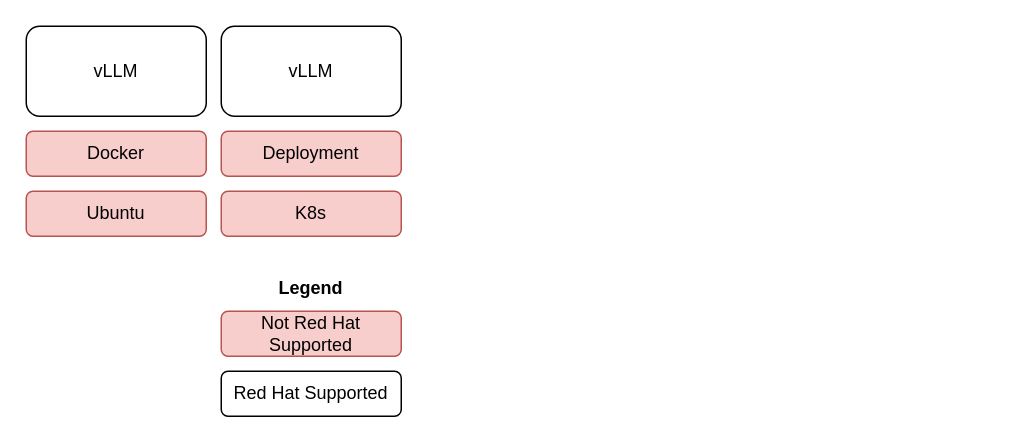
Before: page "Page-1" (1 of 2) of content/modules/ROOT/assets/images/rhaiis-use-case.drawio in redhat-ai-services/etx-serving-at-scale, a draw.io diagram. Source tidied: cells renumbered, new cells numbered last; positions are measured from the earlier drawing's top-left corner, leaving out a move shared by most shapes. Both pictures are drawn from the tidied source at 150%, with x=0, y=0 at pixel (26, 26).
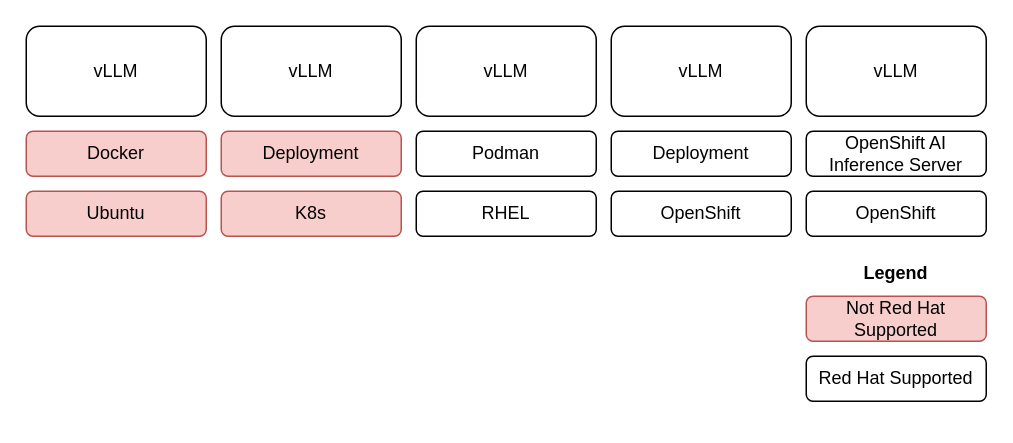
Above is the later version.

Diff of the diagram source:
```diff
@@
 <mxGraphModel>
   <root>
     <mxCell id="0" />
     <mxCell id="1" parent="0" />
     <mxCell id="2" value="Ubuntu" style="rounded=1;whiteSpace=wrap;html=1;fillColor=#f8cecc;strokeColor=#b85450;" parent="1" vertex="1">
       <mxGeometry y="110" width="120" height="30" as="geometry" />
     </mxCell>
     <mxCell id="3" value="Docker" style="rounded=1;whiteSpace=wrap;html=1;fillColor=#f8cecc;strokeColor=#b85450;" parent="1" vertex="1">
       <mxGeometry y="70" width="120" height="30" as="geometry" />
     </mxCell>
     <mxCell id="4" value="vLLM" style="rounded=1;whiteSpace=wrap;html=1;" parent="1" vertex="1">
       <mxGeometry width="120" height="60" as="geometry" />
     </mxCell>
     <mxCell id="5" value="K8s" style="rounded=1;whiteSpace=wrap;html=1;fillColor=#f8cecc;strokeColor=#b85450;" parent="1" vertex="1">
       <mxGeometry x="130" y="110" width="120" height="30" as="geometry" />
     </mxCell>
     <mxCell id="6" value="Deployment" style="rounded=1;whiteSpace=wrap;html=1;fillColor=#f8cecc;strokeColor=#b85450;" parent="1" vertex="1">
       <mxGeometry x="130" y="70" width="120" height="30" as="geometry" />
     </mxCell>
     <mxCell id="7" value="vLLM" style="rounded=1;whiteSpace=wrap;html=1;" parent="1" vertex="1">
       <mxGeometry x="130" width="120" height="60" as="geometry" />
     </mxCell>
     <mxCell id="8" value="Not Red Hat Supported" style="rounded=1;whiteSpace=wrap;html=1;fillColor=#f8cecc;strokeColor=#b85450;" parent="1" vertex="1">
-      <mxGeometry x="130" y="190" width="120" height="30" as="geometry" />
+      <mxGeometry x="520" y="180" width="120" height="30" as="geometry" />
     </mxCell>
     <mxCell id="9" value="Red Hat Supported" style="rounded=1;whiteSpace=wrap;html=1;" parent="1" vertex="1">
-      <mxGeometry x="130" y="230" width="120" height="30" as="geometry" />
+      <mxGeometry x="520" y="220" width="120" height="30" as="geometry" />
     </mxCell>
     <mxCell id="10" value="&lt;b&gt;Legend&lt;/b&gt;" style="text;strokeColor=none;align=center;fillColor=none;html=1;verticalAlign=middle;whiteSpace=wrap;rounded=0;" parent="1" vertex="1">
-      <mxGeometry x="160" y="160" width="60" height="30" as="geometry" />
+      <mxGeometry x="550" y="150" width="60" height="30" as="geometry" />
     </mxCell>
+    <mxCell id="11" value="RHEL" style="rounded=1;whiteSpace=wrap;html=1;" parent="1" vertex="1">
+      <mxGeometry x="260" y="110" width="120" height="30" as="geometry" />
+    </mxCell>
+    <mxCell id="12" value="Podman" style="rounded=1;whiteSpace=wrap;html=1;" parent="1" vertex="1">
+      <mxGeometry x="260" y="70" width="120" height="30" as="geometry" />
+    </mxCell>
+    <mxCell id="13" value="vLLM" style="rounded=1;whiteSpace=wrap;html=1;" parent="1" vertex="1">
+      <mxGeometry x="260" width="120" height="60" as="geometry" />
+    </mxCell>
+    <mxCell id="14" value="OpenShift" style="rounded=1;whiteSpace=wrap;html=1;" parent="1" vertex="1">
+      <mxGeometry x="390" y="110" width="120" height="30" as="geometry" />
+    </mxCell>
+    <mxCell id="15" value="Deployment" style="rounded=1;whiteSpace=wrap;html=1;" parent="1" vertex="1">
+      <mxGeometry x="390" y="70" width="120" height="30" as="geometry" />
+    </mxCell>
+    <mxCell id="16" value="vLLM" style="rounded=1;whiteSpace=wrap;html=1;" parent="1" vertex="1">
+      <mxGeometry x="390" width="120" height="60" as="geometry" />
+    </mxCell>
+    <mxCell id="17" value="OpenShift" style="rounded=1;whiteSpace=wrap;html=1;" parent="1" vertex="1">
+      <mxGeometry x="520" y="110" width="120" height="30" as="geometry" />
+    </mxCell>
+    <mxCell id="18" value="OpenShift AI Inference Server" style="rounded=1;whiteSpace=wrap;html=1;" parent="1" vertex="1">
+      <mxGeometry x="520" y="70" width="120" height="30" as="geometry" />
+    </mxCell>
+    <mxCell id="19" value="vLLM" style="rounded=1;whiteSpace=wrap;html=1;" parent="1" vertex="1">
+      <mxGeometry x="520" width="120" height="60" as="geometry" />
+    </mxCell>
   </root>
 </mxGraphModel>
```
